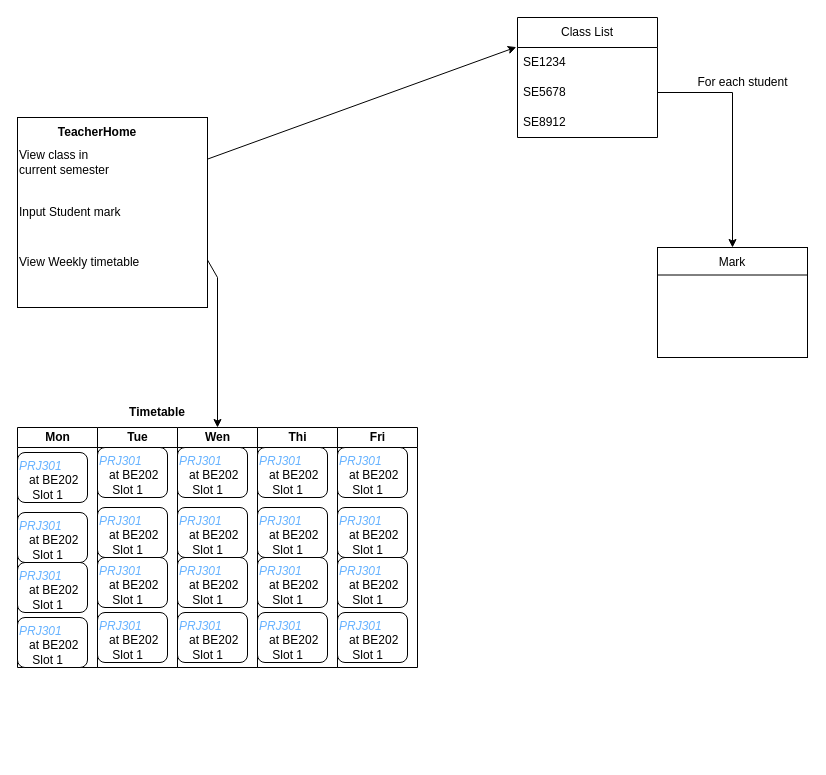
The draw.io diagram page "Trang-1" (1 of 3) of Student_Mark_PRJ301.drawio in MinhKhanh188/PRJ301-MyAssighment, before the edit. Source tidied: cells renumbered, new cells numbered last; positions are measured from the earlier drawing's top-left corner, leaving out a move shared by most shapes. Both pictures are drawn from the tidied source at 100%, with x=0, y=0 at pixel (17, 17).
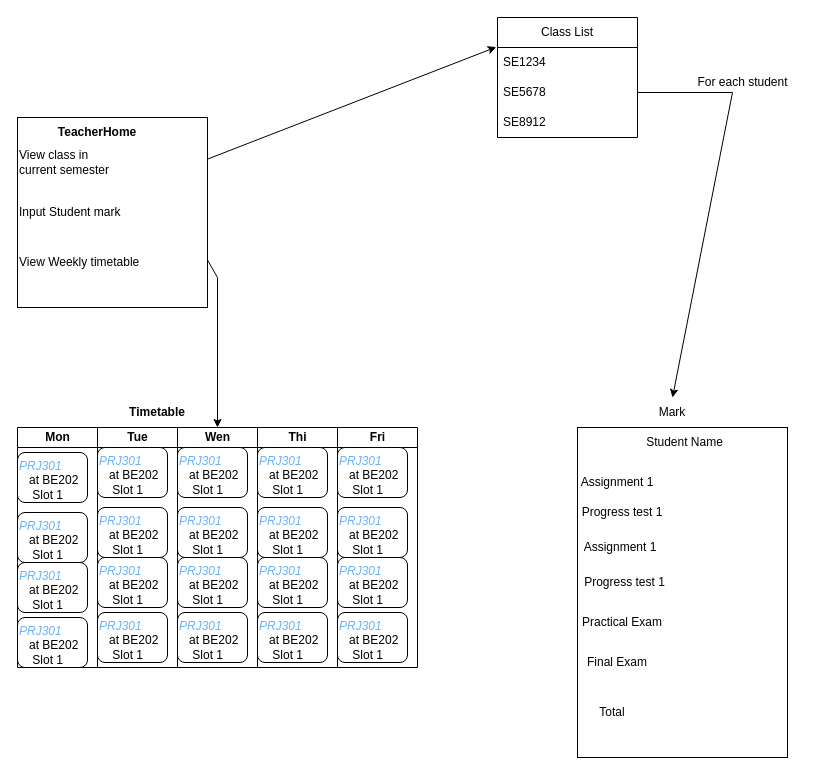
The same diagram, later.

Unchanged cells that the change refers to:
```xml
<mxCell id="36" value="SE5678" style="text;strokeColor=none;fillColor=none;align=left;verticalAlign=middle;spacingLeft=4;spacingRight=4;overflow=hidden;points=[[0,0.5],[1,0.5]];portConstraint=eastwest;whiteSpace=wrap;html=1;" parent="34" vertex="1">
  <mxGeometry y="60" width="140" height="30" as="geometry" />
</mxCell>
```

Diff of the diagram source:
```diff
@@
     <mxCell id="34" value="Class List" style="swimlane;fontStyle=0;horizontal=1;startSize=30;whiteSpace=wrap;html=1;" parent="1" vertex="1">
-      <mxGeometry x="500" width="140" height="120" as="geometry" />
+      <mxGeometry x="480" width="140" height="120" as="geometry" />
     </mxCell>
@@
-    <mxCell id="39" style="rounded=0;whiteSpace=wrap;html=1;" parent="1" vertex="1">
-      <mxGeometry x="640" y="230" width="150" height="110" as="geometry" />
-    </mxCell>
-    <mxCell id="40" style="endArrow=classic;html=1;rounded=0;exitX=1;exitY=0.5;exitDx=0;exitDy=0;entryX=0.5;entryY=0;entryDx=0;entryDy=0;" parent="1" edge="1" source="36" target="39">
+    <mxCell id="40" style="endArrow=classic;html=1;rounded=0;exitX=1;exitY=0.5;exitDx=0;exitDy=0;entryX=0.5;entryY=0;entryDx=0;entryDy=0;" parent="1" edge="1" source="36" target="42">
       <mxGeometry relative="1" as="geometry">
         <Array as="points">
           <mxPoint x="715" y="75" />
         </Array>
       </mxGeometry>
     </mxCell>
@@
     <mxCell id="42" value="Mark" style="text;html=1;strokeColor=none;fillColor=none;align=center;verticalAlign=middle;whiteSpace=wrap;rounded=0;" parent="1" vertex="1">
-      <mxGeometry x="685" y="230" width="60" height="30" as="geometry" />
+      <mxGeometry x="625" y="380" width="60" height="30" as="geometry" />
     </mxCell>
-    <mxCell id="43" style="endArrow=none;html=1;rounded=0;entryX=1;entryY=0.25;entryDx=0;entryDy=0;exitX=0;exitY=0.25;exitDx=0;exitDy=0;" parent="1" edge="1" source="39" target="39">
-      <mxGeometry relative="1" as="geometry" />
-    </mxCell>
+    <mxCell id="44" style="rounded=0;whiteSpace=wrap;html=1;" parent="1" vertex="1">
+      <mxGeometry x="560" y="410" width="210" height="330" as="geometry" />
+    </mxCell>
+    <mxCell id="45" value="Student Name" style="text;html=1;strokeColor=none;fillColor=none;align=center;verticalAlign=middle;whiteSpace=wrap;rounded=0;" parent="1" vertex="1">
+      <mxGeometry x="625" y="410" width="85" height="30" as="geometry" />
+    </mxCell>
+    <mxCell id="46" value="Progress test 1" style="text;html=1;strokeColor=none;fillColor=none;align=center;verticalAlign=middle;whiteSpace=wrap;rounded=0;" parent="1" vertex="1">
+      <mxGeometry x="560" y="480" width="90" height="30" as="geometry" />
+    </mxCell>
+    <mxCell id="47" value="Progress test 1" style="text;html=1;strokeColor=none;fillColor=none;align=center;verticalAlign=middle;whiteSpace=wrap;rounded=0;" parent="1" vertex="1">
+      <mxGeometry x="565" y="550" width="85" height="30" as="geometry" />
+    </mxCell>
+    <mxCell id="48" value="Assignment 1" style="text;html=1;strokeColor=none;fillColor=none;align=center;verticalAlign=middle;whiteSpace=wrap;rounded=0;" parent="1" vertex="1">
+      <mxGeometry x="560" y="450" width="80" height="30" as="geometry" />
+    </mxCell>
+    <mxCell id="49" value="Assignment 1" style="text;html=1;strokeColor=none;fillColor=none;align=center;verticalAlign=middle;whiteSpace=wrap;rounded=0;" parent="1" vertex="1">
+      <mxGeometry x="562.5" y="515" width="80" height="30" as="geometry" />
+    </mxCell>
+    <mxCell id="50" value="Practical Exam" style="text;html=1;strokeColor=none;fillColor=none;align=center;verticalAlign=middle;whiteSpace=wrap;rounded=0;" parent="1" vertex="1">
+      <mxGeometry x="560" y="590" width="90" height="30" as="geometry" />
+    </mxCell>
+    <mxCell id="51" value="Final Exam" style="text;html=1;strokeColor=none;fillColor=none;align=center;verticalAlign=middle;whiteSpace=wrap;rounded=0;" parent="1" vertex="1">
+      <mxGeometry x="560" y="630" width="80" height="30" as="geometry" />
+    </mxCell>
+    <mxCell id="52" value="Total" style="text;html=1;strokeColor=none;fillColor=none;align=center;verticalAlign=middle;whiteSpace=wrap;rounded=0;" parent="1" vertex="1">
+      <mxGeometry x="565" y="680" width="60" height="30" as="geometry" />
+    </mxCell>
```
